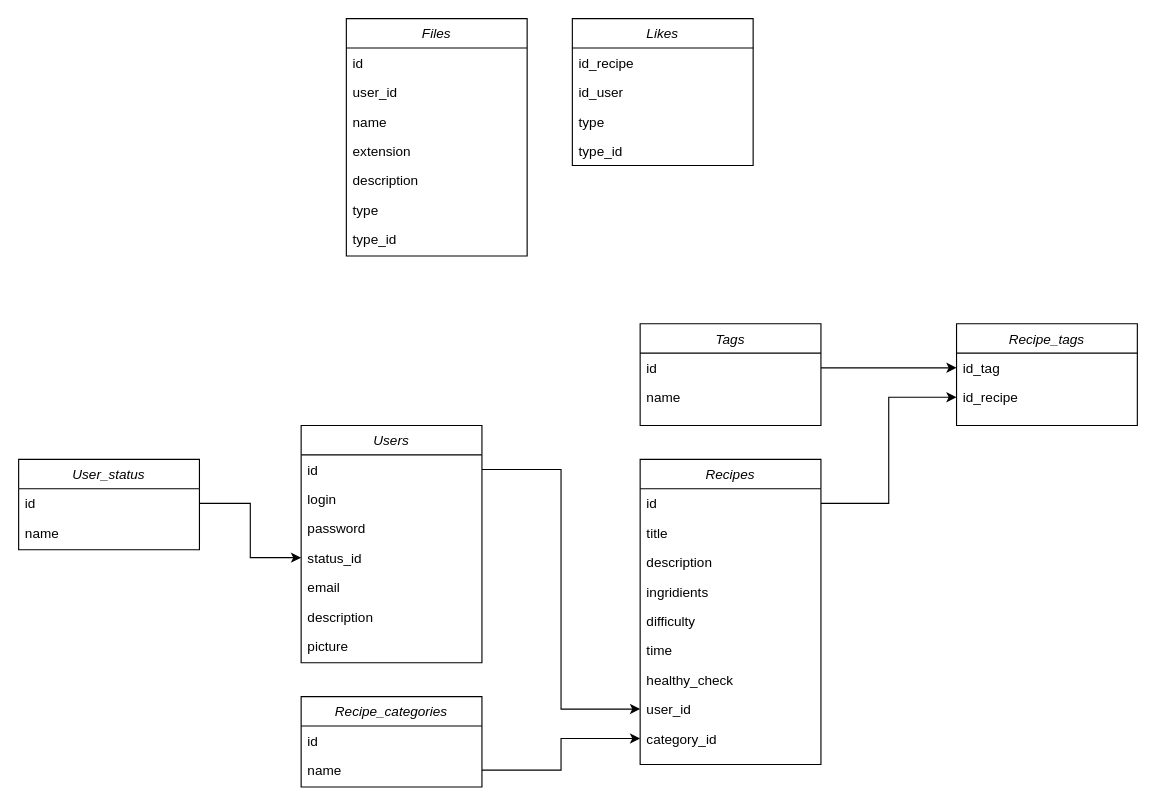
Before: sheet/Lemon.drawio in Unbipentiy/Lemon, a draw.io diagram. Source tidied: cells renumbered, new cells numbered last; positions are measured from the earlier drawing's top-left corner, leaving out a move shared by most shapes. Both pictures are drawn from the tidied source at 113%, with x=0, y=0 at pixel (18, 18).
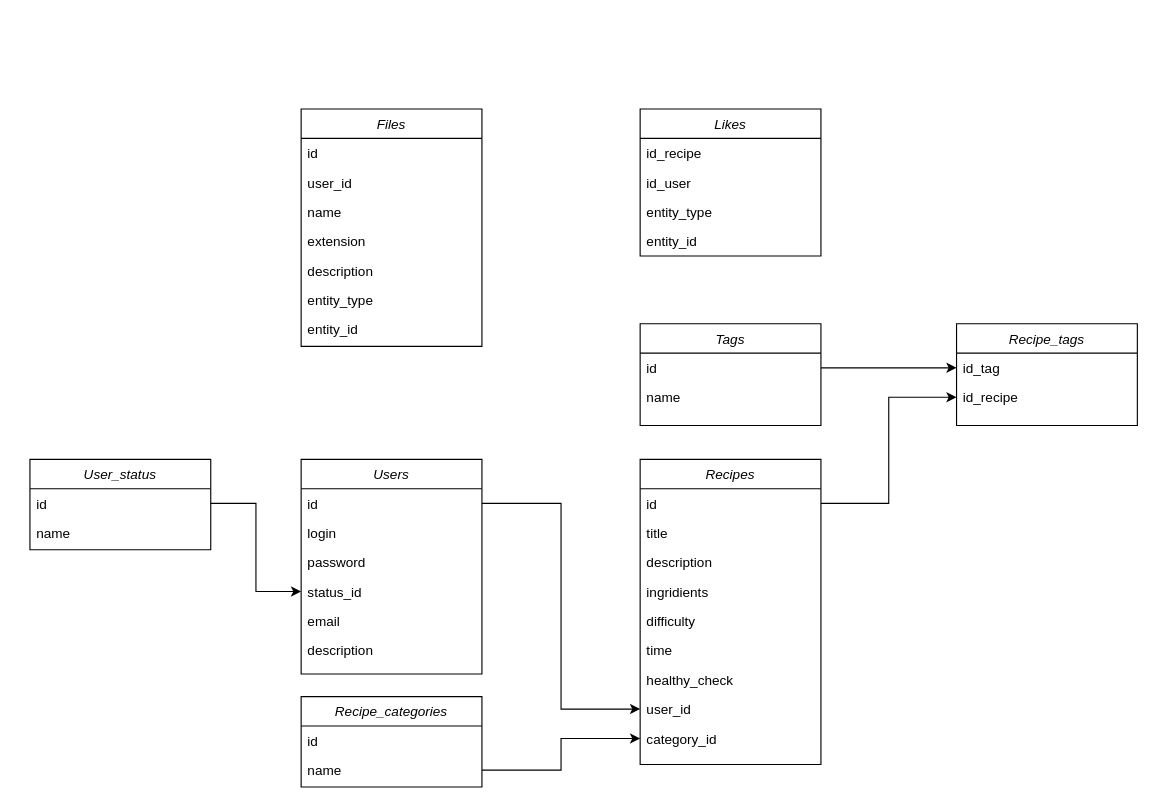
The same page after the edit.

What changed in the source:
```diff
@@
     <mxCell id="23" value="Users" style="swimlane;fontStyle=2;align=center;verticalAlign=top;horizontal=1;startSize=26;rounded=0;shadow=0;strokeWidth=1;" parent="1" vertex="1">
-      <mxGeometry x="250" y="360" width="160" height="210" as="geometry" />
+      <mxGeometry x="250" y="390" width="160" height="190" as="geometry" />
     </mxCell>
@@
-    <mxCell id="30" value="picture" style="text;align=left;verticalAlign=top;spacingLeft=4;spacingRight=4;overflow=hidden;rounded=0;shadow=0;html=0;" parent="23" vertex="1">
-      <mxGeometry y="182" width="160" height="26" as="geometry" />
-    </mxCell>
@@
     <mxCell id="33" value="User_status" style="swimlane;fontStyle=2;align=center;verticalAlign=top;horizontal=1;startSize=26;rounded=0;shadow=0;strokeWidth=1;" parent="1" vertex="1">
-      <mxGeometry y="390" width="160" height="80" as="geometry" />
+      <mxGeometry x="10" y="390" width="160" height="80" as="geometry" />
     </mxCell>
@@
     <mxCell id="37" value="Likes" style="swimlane;fontStyle=2;align=center;verticalAlign=top;horizontal=1;startSize=26;rounded=0;shadow=0;strokeWidth=1;" parent="1" vertex="1">
-      <mxGeometry x="490" width="160" height="130" as="geometry" />
+      <mxGeometry x="550" y="80" width="160" height="130" as="geometry" />
     </mxCell>
@@
-    <mxCell id="40" value="type" style="text;align=left;verticalAlign=top;spacingLeft=4;spacingRight=4;overflow=hidden;rounded=0;shadow=0;html=0;" parent="37" vertex="1">
+    <mxCell id="40" value="entity_type" style="text;align=left;verticalAlign=top;spacingLeft=4;spacingRight=4;overflow=hidden;rounded=0;shadow=0;html=0;" parent="37" vertex="1">
       <mxGeometry y="78" width="160" height="26" as="geometry" />
     </mxCell>
-    <mxCell id="41" value="type_id" style="text;align=left;verticalAlign=top;spacingLeft=4;spacingRight=4;overflow=hidden;rounded=0;shadow=0;html=0;" parent="37" vertex="1">
+    <mxCell id="41" value="entity_id" style="text;align=left;verticalAlign=top;spacingLeft=4;spacingRight=4;overflow=hidden;rounded=0;shadow=0;html=0;" parent="37" vertex="1">
       <mxGeometry y="104" width="160" height="26" as="geometry" />
     </mxCell>
     <mxCell id="42" value="Files" style="swimlane;fontStyle=2;align=center;verticalAlign=top;horizontal=1;startSize=26;rounded=0;shadow=0;strokeWidth=1;" parent="1" vertex="1">
-      <mxGeometry x="290" width="160" height="210" as="geometry" />
+      <mxGeometry x="250" y="80" width="160" height="210" as="geometry" />
     </mxCell>
@@
-    <mxCell id="48" value="type" style="text;align=left;verticalAlign=top;spacingLeft=4;spacingRight=4;overflow=hidden;rounded=0;shadow=0;html=0;" parent="42" vertex="1">
+    <mxCell id="48" value="entity_type" style="text;align=left;verticalAlign=top;spacingLeft=4;spacingRight=4;overflow=hidden;rounded=0;shadow=0;html=0;" parent="42" vertex="1">
       <mxGeometry y="156" width="160" height="26" as="geometry" />
     </mxCell>
-    <mxCell id="49" value="type_id" style="text;align=left;verticalAlign=top;spacingLeft=4;spacingRight=4;overflow=hidden;rounded=0;shadow=0;html=0;" parent="42" vertex="1">
+    <mxCell id="49" value="entity_id" style="text;align=left;verticalAlign=top;spacingLeft=4;spacingRight=4;overflow=hidden;rounded=0;shadow=0;html=0;" parent="42" vertex="1">
       <mxGeometry y="182" width="160" height="26" as="geometry" />
     </mxCell>
```
